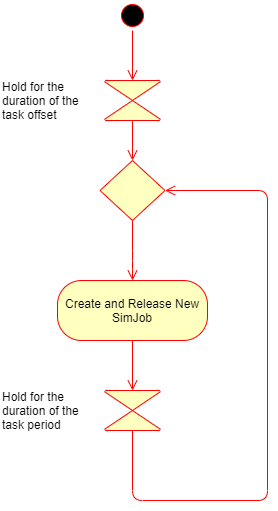
Earlier version of the draw.io export docs/source/contents/images/activitydiagram1.png (NPKompleet/SimulationGUI). Source tidied: cells renumbered, new cells last; positions are measured from the earlier drawing's top-left corner, leaving out a move shared by most shapes. The source it was exported from:
```xml
<mxGraphModel background="#ffffff">
  <root>
    <mxCell id="0" />
    <mxCell id="1" parent="0" />
    <mxCell id="2" style="ellipse;html=1;shape=startState;fillColor=#000000;strokeColor=#ff0000;" parent="1" vertex="1">
      <mxGeometry x="117" width="30" height="30" as="geometry" />
    </mxCell>
    <mxCell id="3" style="edgeStyle=orthogonalEdgeStyle;html=1;verticalAlign=bottom;endArrow=open;endSize=8;strokeColor=#ff0000;entryX=0.5;entryY=0;entryDx=0;entryDy=0;" parent="1" edge="1" source="11" target="4">
      <mxGeometry relative="1" as="geometry" />
    </mxCell>
    <mxCell id="4" style="rhombus;whiteSpace=wrap;html=1;fillColor=#ffffc0;strokeColor=#ff0000;" parent="1" vertex="1">
      <mxGeometry x="99.5" y="160" width="65" height="60" as="geometry" />
    </mxCell>
    <mxCell id="5" value="no" style="edgeStyle=orthogonalEdgeStyle;html=1;align=left;verticalAlign=bottom;endArrow=open;endSize=8;strokeColor=#ff0000;exitX=0.5;exitY=1;exitDx=0;exitDy=0;exitPerimeter=0;entryX=1;entryY=0.5;entryDx=0;entryDy=0;" parent="1" edge="1" source="9" target="4">
      <mxGeometry x="-1" relative="1" as="geometry">
        <Array as="points">
          <mxPoint x="132" y="500" />
          <mxPoint x="267" y="500" />
          <mxPoint x="267" y="190" />
        </Array>
      </mxGeometry>
    </mxCell>
    <mxCell id="6" style="edgeStyle=orthogonalEdgeStyle;html=1;align=left;verticalAlign=top;endArrow=open;endSize=8;strokeColor=#ff0000;" parent="1" edge="1" source="4">
      <mxGeometry x="-1" relative="1" as="geometry">
        <mxPoint x="132" y="280" as="targetPoint" />
        <Array as="points">
          <mxPoint x="132" y="260" />
        </Array>
      </mxGeometry>
    </mxCell>
    <mxCell id="7" value="Create and Release New SimJob" style="rounded=1;whiteSpace=wrap;html=1;arcSize=40;fontColor=#000000;fillColor=#ffffc0;strokeColor=#ff0000;" parent="1" vertex="1">
      <mxGeometry x="57" y="280" width="150" height="60" as="geometry" />
    </mxCell>
    <mxCell id="8" style="edgeStyle=orthogonalEdgeStyle;html=1;verticalAlign=bottom;endArrow=open;endSize=8;strokeColor=#ff0000;" parent="1" edge="1" source="7" target="9">
      <mxGeometry relative="1" as="geometry" />
    </mxCell>
    <mxCell id="9" style="verticalLabelPosition=bottom;verticalAlign=top;html=1;shape=mxgraph.flowchart.collate;fillColor=#ffffc0;strokeColor=#ff0000;" parent="1" vertex="1">
      <mxGeometry x="104.5" y="390" width="55" height="40" as="geometry" />
    </mxCell>
    <mxCell id="10" value="&lt;span style=&quot;color: rgb(0 , 0 , 0) ; font-family: &amp;#34;helvetica&amp;#34; ; font-size: 12px ; font-style: normal ; font-weight: 400 ; letter-spacing: normal ; text-align: center ; text-indent: 0px ; text-transform: none ; word-spacing: 0px ; display: inline ; float: none&quot;&gt;Hold for the duration of the task period&lt;/span&gt;" style="text;whiteSpace=wrap;html=1;labelBackgroundColor=#ffffff;" parent="1" vertex="1">
      <mxGeometry y="382.5" width="90" height="55" as="geometry" />
    </mxCell>
    <mxCell id="11" style="verticalLabelPosition=bottom;verticalAlign=top;html=1;shape=mxgraph.flowchart.collate;fillColor=#ffffc0;strokeColor=#ff0000;" parent="1" vertex="1">
      <mxGeometry x="104.5" y="80" width="55" height="40" as="geometry" />
    </mxCell>
    <mxCell id="12" style="edgeStyle=orthogonalEdgeStyle;html=1;verticalAlign=bottom;endArrow=open;endSize=8;strokeColor=#ff0000;" parent="1" edge="1" source="2" target="11">
      <mxGeometry relative="1" as="geometry" />
    </mxCell>
    <mxCell id="13" value="&lt;span style=&quot;color: rgb(0 , 0 , 0) ; font-family: &amp;#34;helvetica&amp;#34; ; font-size: 12px ; font-style: normal ; font-weight: 400 ; letter-spacing: normal ; text-align: center ; text-indent: 0px ; text-transform: none ; word-spacing: 0px ; display: inline ; float: none&quot;&gt;Hold for the duration of the task offset&lt;/span&gt;" style="text;whiteSpace=wrap;html=1;labelBackgroundColor=#ffffff;" parent="1" vertex="1">
      <mxGeometry y="72.5" width="90" height="55" as="geometry" />
    </mxCell>
  </root>
</mxGraphModel>
```
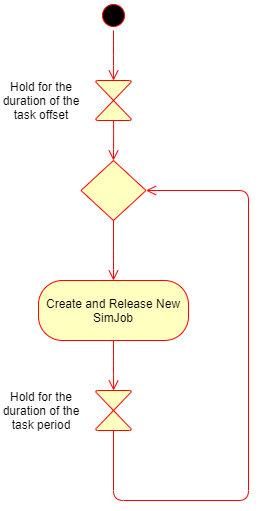
The same diagram one commit later.

What changed in the source:
```diff
@@ -11,8 +11,9 @@
     <mxCell id="4" style="rhombus;whiteSpace=wrap;html=1;fillColor=#ffffc0;strokeColor=#ff0000;" parent="1" vertex="1">
       <mxGeometry x="99.5" y="160" width="65" height="60" as="geometry" />
     </mxCell>
-    <mxCell id="5" value="no" style="edgeStyle=orthogonalEdgeStyle;html=1;align=left;verticalAlign=bottom;endArrow=open;endSize=8;strokeColor=#ff0000;exitX=0.5;exitY=1;exitDx=0;exitDy=0;exitPerimeter=0;entryX=1;entryY=0.5;entryDx=0;entryDy=0;" parent="1" edge="1" source="9" target="4">
+    <mxCell id="5" style="edgeStyle=orthogonalEdgeStyle;html=1;align=left;verticalAlign=bottom;endArrow=open;endSize=8;strokeColor=#ff0000;exitX=0.5;exitY=1;exitDx=0;exitDy=0;exitPerimeter=0;entryX=1;entryY=0.5;entryDx=0;entryDy=0;" parent="1" edge="1" target="4">
       <mxGeometry x="-1" relative="1" as="geometry">
+        <mxPoint x="132" y="430" as="sourcePoint" />
         <Array as="points">
           <mxPoint x="132" y="500" />
           <mxPoint x="267" y="500" />
@@ -31,23 +32,25 @@
     <mxCell id="7" value="Create and Release New SimJob" style="rounded=1;whiteSpace=wrap;html=1;arcSize=40;fontColor=#000000;fillColor=#ffffc0;strokeColor=#ff0000;" parent="1" vertex="1">
       <mxGeometry x="57" y="280" width="150" height="60" as="geometry" />
     </mxCell>
-    <mxCell id="8" style="edgeStyle=orthogonalEdgeStyle;html=1;verticalAlign=bottom;endArrow=open;endSize=8;strokeColor=#ff0000;" parent="1" edge="1" source="7" target="9">
-      <mxGeometry relative="1" as="geometry" />
+    <mxCell id="8" style="edgeStyle=orthogonalEdgeStyle;html=1;verticalAlign=bottom;endArrow=open;endSize=8;strokeColor=#ff0000;" parent="1" edge="1" source="7">
+      <mxGeometry relative="1" as="geometry">
+        <mxPoint x="132.1" y="390" as="targetPoint" />
+      </mxGeometry>
     </mxCell>
-    <mxCell id="9" style="verticalLabelPosition=bottom;verticalAlign=top;html=1;shape=mxgraph.flowchart.collate;fillColor=#ffffc0;strokeColor=#ff0000;" parent="1" vertex="1">
-      <mxGeometry x="104.5" y="390" width="55" height="40" as="geometry" />
-    </mxCell>
-    <mxCell id="10" value="&lt;span style=&quot;color: rgb(0 , 0 , 0) ; font-family: &amp;#34;helvetica&amp;#34; ; font-size: 12px ; font-style: normal ; font-weight: 400 ; letter-spacing: normal ; text-align: center ; text-indent: 0px ; text-transform: none ; word-spacing: 0px ; display: inline ; float: none&quot;&gt;Hold for the duration of the task period&lt;/span&gt;" style="text;whiteSpace=wrap;html=1;labelBackgroundColor=#ffffff;" parent="1" vertex="1">
-      <mxGeometry y="382.5" width="90" height="55" as="geometry" />
-    </mxCell>
     <mxCell id="11" style="verticalLabelPosition=bottom;verticalAlign=top;html=1;shape=mxgraph.flowchart.collate;fillColor=#ffffc0;strokeColor=#ff0000;" parent="1" vertex="1">
-      <mxGeometry x="104.5" y="80" width="55" height="40" as="geometry" />
+      <mxGeometry x="114.2" y="80" width="35.5" height="40" as="geometry" />
     </mxCell>
     <mxCell id="12" style="edgeStyle=orthogonalEdgeStyle;html=1;verticalAlign=bottom;endArrow=open;endSize=8;strokeColor=#ff0000;" parent="1" edge="1" source="2" target="11">
       <mxGeometry relative="1" as="geometry" />
     </mxCell>
-    <mxCell id="13" value="&lt;span style=&quot;color: rgb(0 , 0 , 0) ; font-family: &amp;#34;helvetica&amp;#34; ; font-size: 12px ; font-style: normal ; font-weight: 400 ; letter-spacing: normal ; text-align: center ; text-indent: 0px ; text-transform: none ; word-spacing: 0px ; display: inline ; float: none&quot;&gt;Hold for the duration of the task offset&lt;/span&gt;" style="text;whiteSpace=wrap;html=1;labelBackgroundColor=#ffffff;" parent="1" vertex="1">
-      <mxGeometry y="72.5" width="90" height="55" as="geometry" />
+    <mxCell id="13" value="Hold for the duration of the task offset" style="text;html=1;strokeColor=none;fillColor=none;align=center;verticalAlign=middle;whiteSpace=wrap;rounded=0;" parent="1" vertex="1">
+      <mxGeometry x="19.5" y="90" width="80" height="20" as="geometry" />
     </mxCell>
+    <mxCell id="10" value="Hold for the duration of the task period" style="text;html=1;strokeColor=none;fillColor=none;align=center;verticalAlign=middle;whiteSpace=wrap;rounded=0;" parent="1" vertex="1">
+      <mxGeometry x="19.5" y="400" width="80" height="20" as="geometry" />
+    </mxCell>
+    <mxCell id="14" style="verticalLabelPosition=bottom;verticalAlign=top;html=1;shape=mxgraph.flowchart.collate;fillColor=#ffffc0;strokeColor=#ff0000;" parent="1" vertex="1">
+      <mxGeometry x="114.2" y="390" width="35.5" height="40" as="geometry" />
+    </mxCell>
   </root>
 </mxGraphModel>
```
